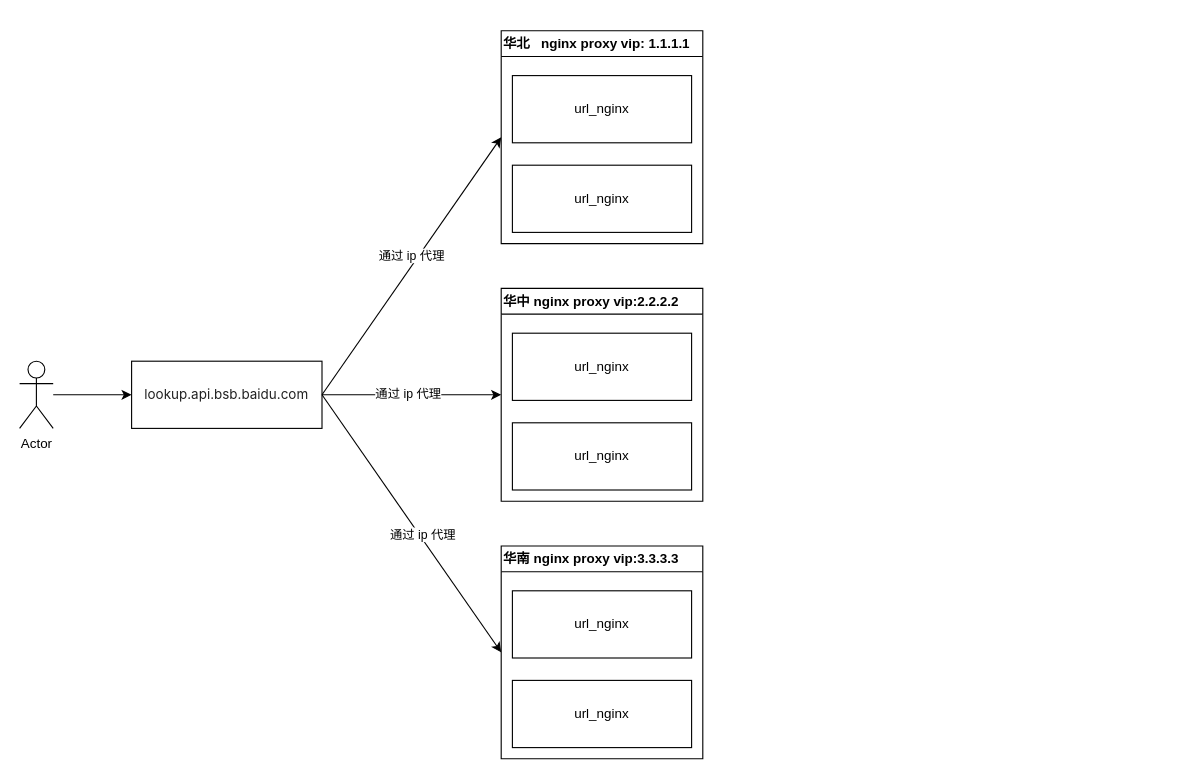
Before: url_cache现流程图.drawio in qixiaohu/flow-process-diagram, a draw.io diagram. Source tidied: cells renumbered, new cells numbered last; positions are measured from the earlier drawing's top-left corner, leaving out a move shared by most shapes. Both pictures are drawn from the tidied source at 112%, with x=0, y=0 at pixel (19, 30).
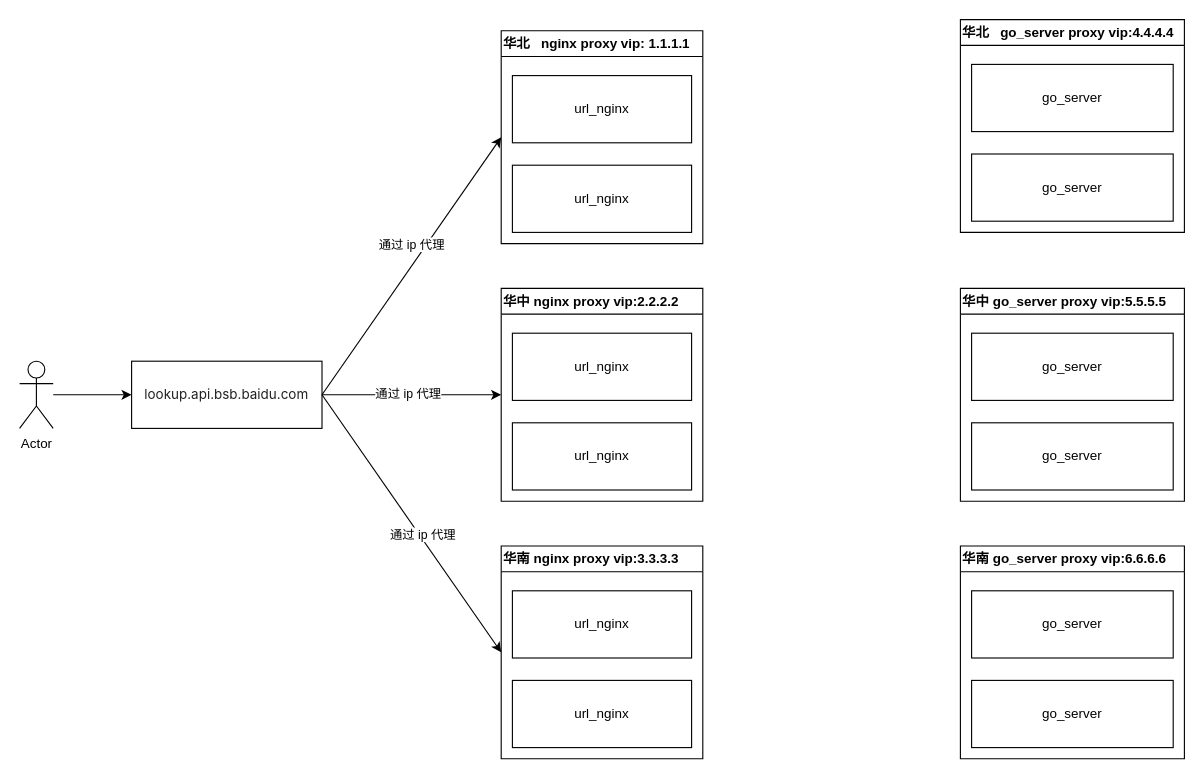
The same page after the edit.

Commit message (it also covers changes not shown here):
更新url_cache现流程图.drawio

Unchanged cells that the change refers to:
```xml
<mxCell id="14" style="endArrow=classic;html=1;rounded=0;exitX=1;exitY=0.5;exitDx=0;exitDy=0;entryX=0;entryY=0.5;entryDx=0;entryDy=0;" parent="1" edge="1" source="4" target="11">
  <mxGeometry relative="1" as="geometry" />
</mxCell>
```

What changed in the source:
```diff
@@
     <mxCell id="15" value="通过 ip 代理" style="edgeLabel;html=1;align=center;verticalAlign=middle;" parent="14" vertex="1">
       <mxGeometry x="-0.06" y="1" relative="1" as="geometry">
-        <mxPoint x="5" y="-16" as="offset" />
+        <mxPoint x="5" y="-26" as="offset" />
       </mxGeometry>
     </mxCell>
@@
+    <mxCell id="20" value="华北&amp;nbsp; &amp;nbsp;go_server proxy vip:4.4.4.4" style="swimlane;whiteSpace=wrap;html=1;align=left;" parent="1" vertex="1">
+      <mxGeometry x="840" y="-10" width="200" height="190" as="geometry" />
+    </mxCell>
+    <mxCell id="21" value="go_server" style="rounded=0;whiteSpace=wrap;html=1;" parent="20" vertex="1">
+      <mxGeometry x="10" y="40" width="180" height="60" as="geometry" />
+    </mxCell>
+    <mxCell id="22" value="go_server" style="rounded=0;whiteSpace=wrap;html=1;" parent="20" vertex="1">
+      <mxGeometry x="10" y="120" width="180" height="60" as="geometry" />
+    </mxCell>
+    <mxCell id="23" value="华中 go_server&amp;nbsp;proxy vip:5.5.5.5" style="swimlane;whiteSpace=wrap;html=1;align=left;" parent="1" vertex="1">
+      <mxGeometry x="840" y="230" width="200" height="190" as="geometry" />
+    </mxCell>
+    <mxCell id="24" value="go_server" style="rounded=0;whiteSpace=wrap;html=1;" parent="23" vertex="1">
+      <mxGeometry x="10" y="40" width="180" height="60" as="geometry" />
+    </mxCell>
+    <mxCell id="25" value="go_server" style="rounded=0;whiteSpace=wrap;html=1;" parent="23" vertex="1">
+      <mxGeometry x="10" y="120" width="180" height="60" as="geometry" />
+    </mxCell>
+    <mxCell id="26" value="华南 go_server&amp;nbsp;proxy vip:6.6.6.6" style="swimlane;whiteSpace=wrap;html=1;align=left;horizontal=1;" parent="1" vertex="1">
+      <mxGeometry x="840" y="460" width="200" height="190" as="geometry" />
+    </mxCell>
+    <mxCell id="27" value="go_server" style="rounded=0;whiteSpace=wrap;html=1;" parent="26" vertex="1">
+      <mxGeometry x="10" y="40" width="180" height="60" as="geometry" />
+    </mxCell>
+    <mxCell id="28" value="go_server" style="rounded=0;whiteSpace=wrap;html=1;" parent="26" vertex="1">
+      <mxGeometry x="10" y="120" width="180" height="60" as="geometry" />
+    </mxCell>
```
